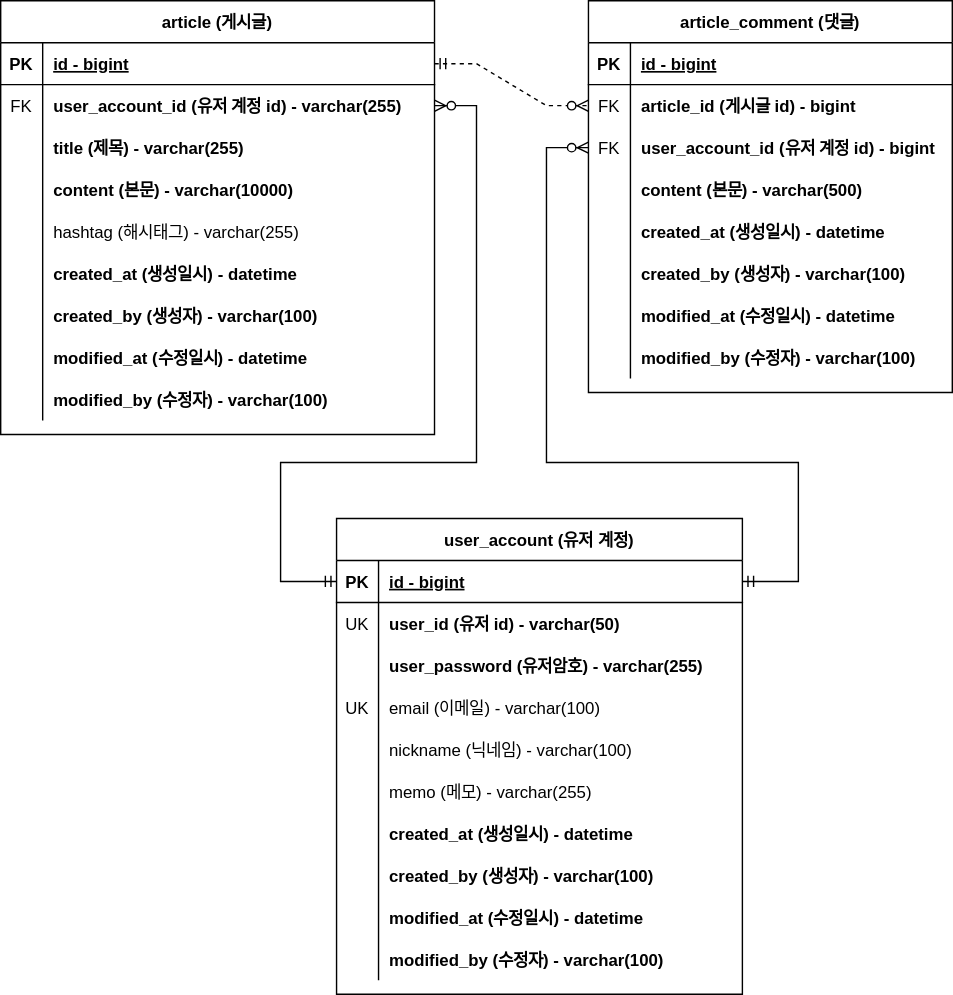
Above: documents/project-board-erd.svg in emsthf/board (draw.io), before the change. Source tidied: cells renumbered, new cells last; positions are measured from the earlier drawing's top-left corner, leaving out a move shared by most shapes.
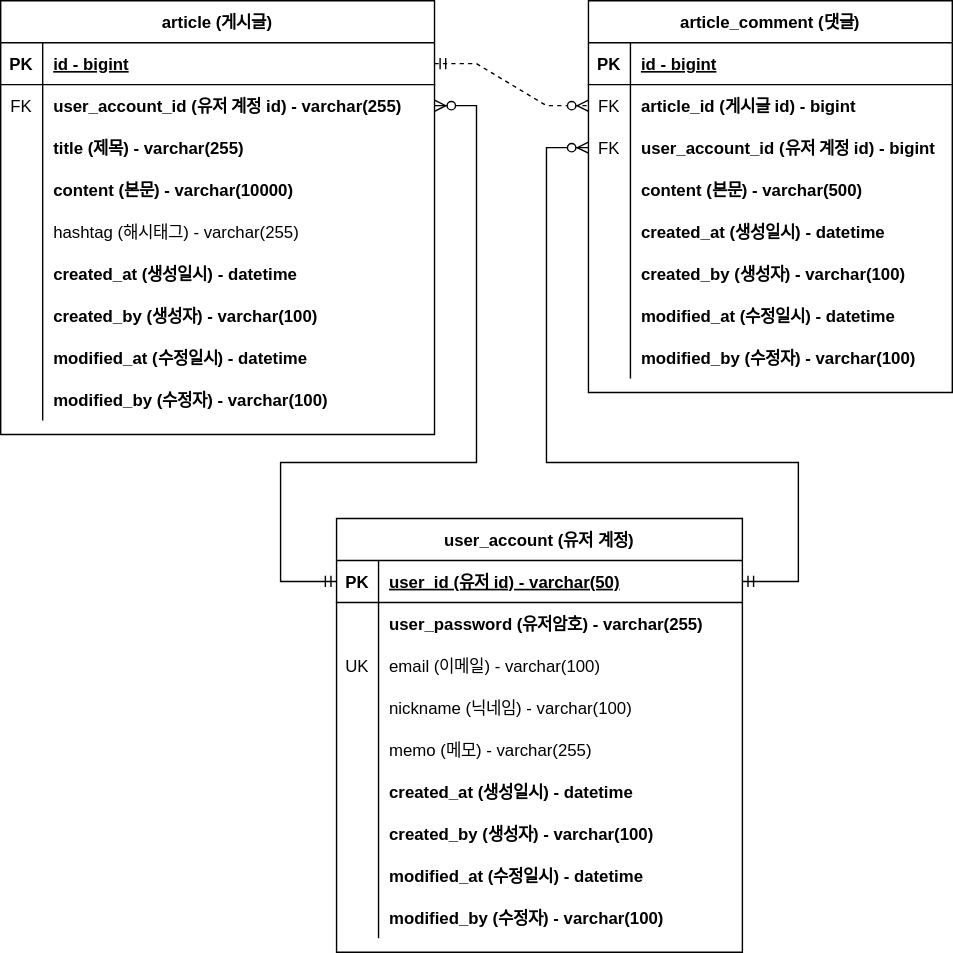
After the change.

Commit message:
erd 업데이트 - UserAccount의 userId를 PK로 변경

Diff of the diagram source:
```diff
@@ -162,7 +162,7 @@
       <mxGeometry x="30" width="280" height="30" as="geometry" />
     </mxCell>
     <mxCell id="55" value="user_account (유저 계정)" style="shape=table;startSize=30;rowLines=0;fontStyle=1;align=center;" parent="1" vertex="1">
-      <mxGeometry x="240" y="370" width="290" height="340" as="geometry" />
+      <mxGeometry x="240" y="370" width="290" height="310" as="geometry" />
     </mxCell>
     <mxCell id="56" style="shape=partialRectangle;fillColor=none;points=[[0,0.5],[1,0.5]];portConstraint=eastwest;top=0;left=0;right=0;bottom=1;" parent="55" vertex="1">
       <mxGeometry y="30" width="290" height="30" as="geometry" />
@@ -170,20 +170,11 @@
     <mxCell id="57" value="PK" style="shape=partialRectangle;overflow=hidden;fillColor=none;top=0;left=0;bottom=0;right=0;fontStyle=1;" parent="56" vertex="1">
       <mxGeometry width="30" height="30" as="geometry" />
     </mxCell>
-    <mxCell id="58" value="id - bigint" style="shape=partialRectangle;overflow=hidden;fillColor=none;top=0;left=0;bottom=0;right=0;align=left;spacingLeft=6;fontStyle=5;" parent="56" vertex="1">
+    <mxCell id="58" value="user_id (유저 id) - varchar(50)" style="shape=partialRectangle;overflow=hidden;fillColor=none;top=0;left=0;bottom=0;right=0;align=left;spacingLeft=6;fontStyle=5;" parent="56" vertex="1">
       <mxGeometry x="30" width="260" height="30" as="geometry" />
     </mxCell>
-    <mxCell id="59" style="shape=partialRectangle;fillColor=none;top=0;left=0;right=0;bottom=0;" parent="55" vertex="1">
-      <mxGeometry y="60" width="290" height="30" as="geometry" />
-    </mxCell>
-    <mxCell id="60" value="UK" style="shape=partialRectangle;overflow=hidden;fillColor=none;top=0;left=0;bottom=0;right=0;" parent="59" vertex="1">
-      <mxGeometry width="30" height="30" as="geometry" />
-    </mxCell>
-    <mxCell id="61" value="user_id (유저 id) - varchar(50)" style="shape=partialRectangle;overflow=hidden;fillColor=none;top=0;left=0;bottom=0;right=0;align=left;spacingLeft=6;fontStyle=1;" parent="59" vertex="1">
-      <mxGeometry x="30" width="260" height="30" as="geometry" />
-    </mxCell>
     <mxCell id="62" style="shape=partialRectangle;fillColor=none;top=0;left=0;right=0;bottom=0;" parent="55" vertex="1">
-      <mxGeometry y="90" width="290" height="30" as="geometry" />
+      <mxGeometry y="60" width="290" height="30" as="geometry" />
     </mxCell>
     <mxCell id="63" style="shape=partialRectangle;overflow=hidden;fillColor=none;top=0;left=0;bottom=0;right=0;" parent="62" vertex="1">
       <mxGeometry width="30" height="30" as="geometry" />
@@ -192,7 +183,7 @@
       <mxGeometry x="30" width="260" height="30" as="geometry" />
     </mxCell>
     <mxCell id="65" style="shape=partialRectangle;fillColor=none;top=0;left=0;right=0;bottom=0;" parent="55" vertex="1">
-      <mxGeometry y="120" width="290" height="30" as="geometry" />
+      <mxGeometry y="90" width="290" height="30" as="geometry" />
     </mxCell>
     <mxCell id="66" value="UK" style="shape=partialRectangle;overflow=hidden;fillColor=none;top=0;left=0;bottom=0;right=0;" parent="65" vertex="1">
       <mxGeometry width="30" height="30" as="geometry" />
@@ -201,7 +192,7 @@
       <mxGeometry x="30" width="260" height="30" as="geometry" />
     </mxCell>
     <mxCell id="68" style="shape=partialRectangle;fillColor=none;top=0;left=0;right=0;bottom=0;" parent="55" vertex="1">
-      <mxGeometry y="150" width="290" height="30" as="geometry" />
+      <mxGeometry y="120" width="290" height="30" as="geometry" />
     </mxCell>
     <mxCell id="69" style="shape=partialRectangle;overflow=hidden;fillColor=none;top=0;left=0;bottom=0;right=0;" parent="68" vertex="1">
       <mxGeometry width="30" height="30" as="geometry" />
@@ -210,7 +201,7 @@
       <mxGeometry x="30" width="260" height="30" as="geometry" />
     </mxCell>
     <mxCell id="71" style="shape=partialRectangle;fillColor=none;top=0;left=0;right=0;bottom=0;" parent="55" vertex="1">
-      <mxGeometry y="180" width="290" height="30" as="geometry" />
+      <mxGeometry y="150" width="290" height="30" as="geometry" />
     </mxCell>
     <mxCell id="72" style="shape=partialRectangle;overflow=hidden;fillColor=none;top=0;left=0;bottom=0;right=0;" parent="71" vertex="1">
       <mxGeometry width="30" height="30" as="geometry" />
@@ -219,7 +210,7 @@
       <mxGeometry x="30" width="260" height="30" as="geometry" />
     </mxCell>
     <mxCell id="74" style="shape=partialRectangle;fillColor=none;top=0;left=0;right=0;bottom=0;" parent="55" vertex="1">
-      <mxGeometry y="210" width="290" height="30" as="geometry" />
+      <mxGeometry y="180" width="290" height="30" as="geometry" />
     </mxCell>
     <mxCell id="75" style="shape=partialRectangle;overflow=hidden;fillColor=none;top=0;left=0;bottom=0;right=0;" parent="74" vertex="1">
       <mxGeometry width="30" height="30" as="geometry" />
@@ -228,7 +219,7 @@
       <mxGeometry x="30" width="260" height="30" as="geometry" />
     </mxCell>
     <mxCell id="77" style="shape=partialRectangle;fillColor=none;top=0;left=0;right=0;bottom=0;" parent="55" vertex="1">
-      <mxGeometry y="240" width="290" height="30" as="geometry" />
+      <mxGeometry y="210" width="290" height="30" as="geometry" />
     </mxCell>
     <mxCell id="78" style="shape=partialRectangle;overflow=hidden;fillColor=none;top=0;left=0;bottom=0;right=0;" parent="77" vertex="1">
       <mxGeometry width="30" height="30" as="geometry" />
@@ -237,7 +228,7 @@
       <mxGeometry x="30" width="260" height="30" as="geometry" />
     </mxCell>
     <mxCell id="80" style="shape=partialRectangle;fillColor=none;top=0;left=0;right=0;bottom=0;" parent="55" vertex="1">
-      <mxGeometry y="270" width="290" height="30" as="geometry" />
+      <mxGeometry y="240" width="290" height="30" as="geometry" />
     </mxCell>
     <mxCell id="81" style="shape=partialRectangle;overflow=hidden;fillColor=none;top=0;left=0;bottom=0;right=0;" parent="80" vertex="1">
       <mxGeometry width="30" height="30" as="geometry" />
@@ -246,7 +237,7 @@
       <mxGeometry x="30" width="260" height="30" as="geometry" />
     </mxCell>
     <mxCell id="83" style="shape=partialRectangle;fillColor=none;top=0;left=0;right=0;bottom=0;" parent="55" vertex="1">
-      <mxGeometry y="300" width="290" height="30" as="geometry" />
+      <mxGeometry y="270" width="290" height="30" as="geometry" />
     </mxCell>
     <mxCell id="84" style="shape=partialRectangle;overflow=hidden;fillColor=none;top=0;left=0;bottom=0;right=0;" parent="83" vertex="1">
       <mxGeometry width="30" height="30" as="geometry" />
```
